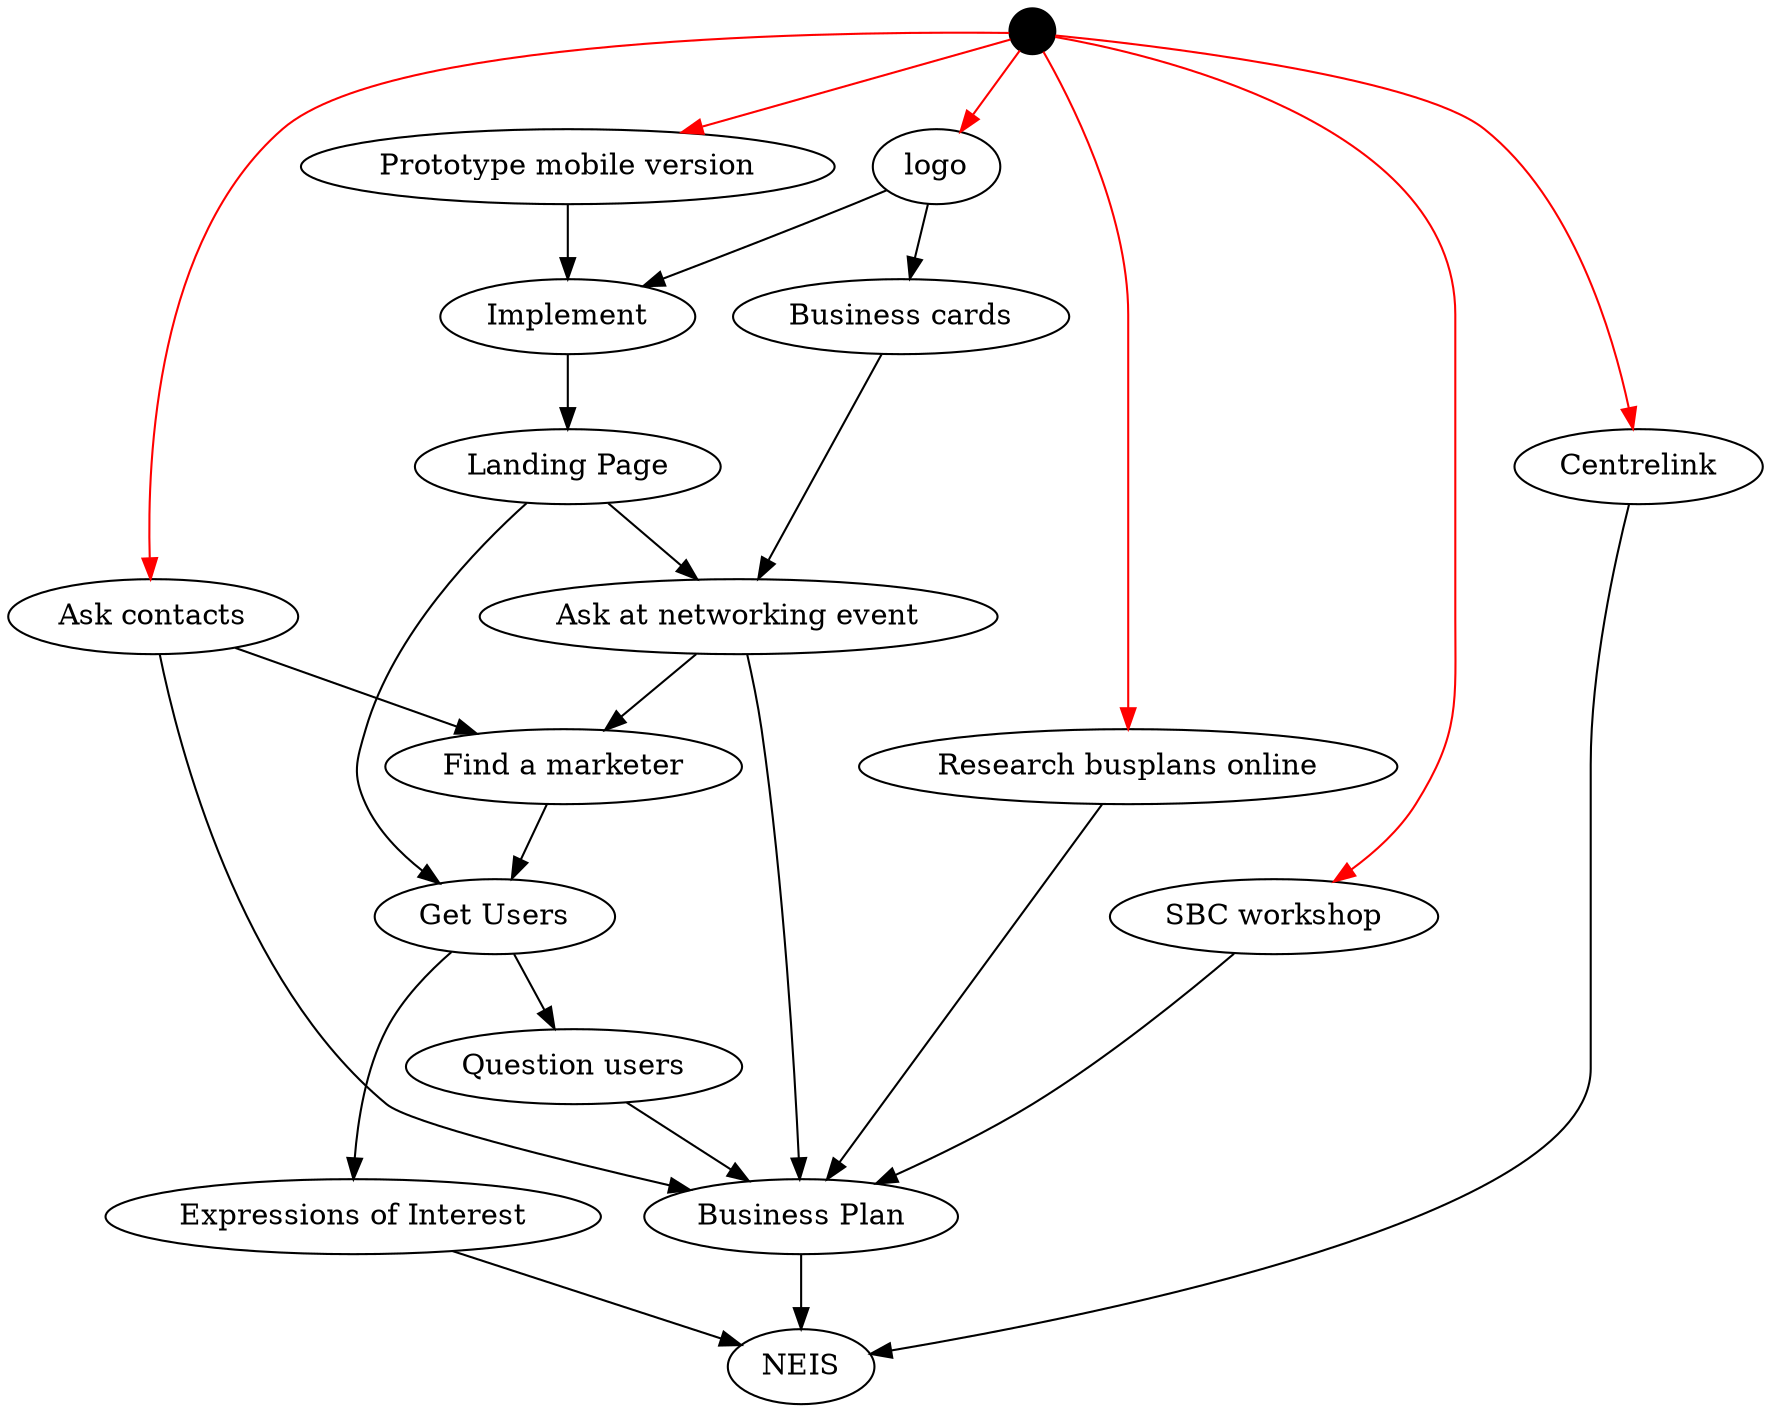
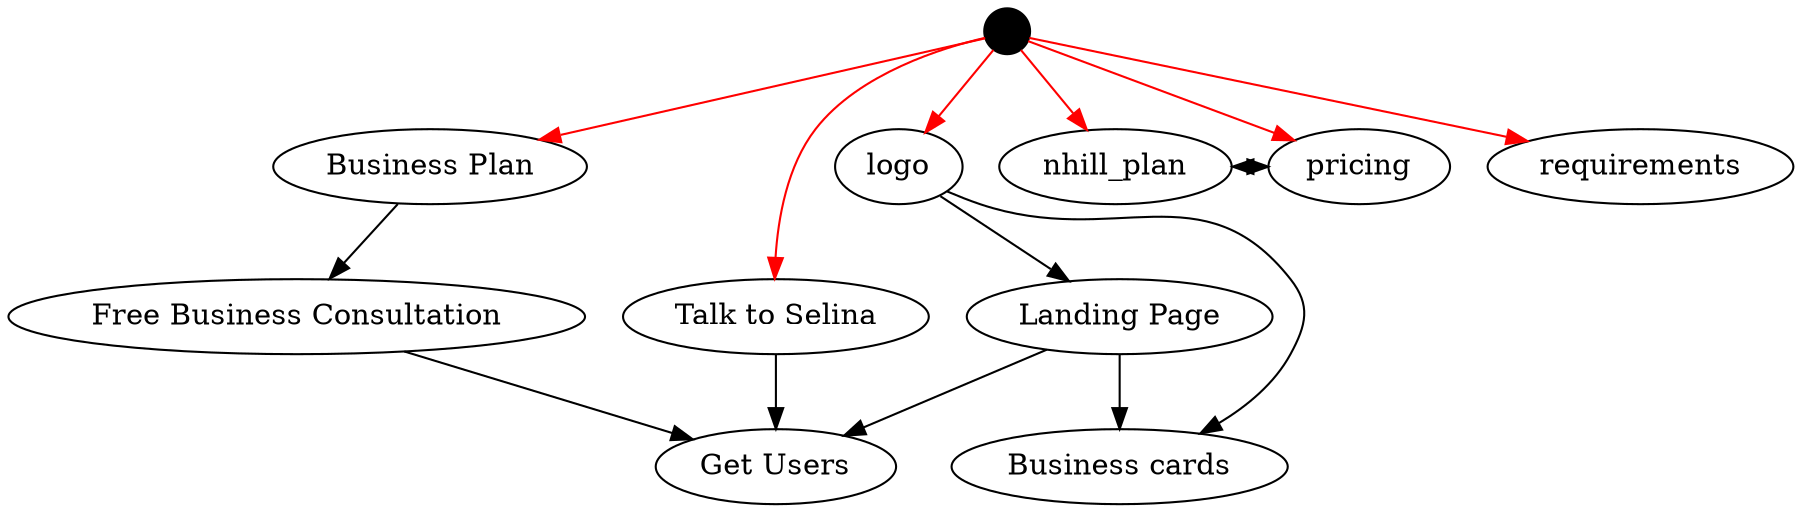
digraph G {
  START [shape=circle,style=filled,color=black,fontsize=1,height=.3];
+ 
  lp [label="Landing Page"];
-   lp_mob [label="Prototype mobile version"];
-   lp_impl [label="Implement"];
  buscards [label="Business cards"];
-   mark [label="Find a marketer"];
-   // mark_online [label="Seek marketer online"];
-   askcont [label="Ask contacts"];
-   netev [label="Ask at networking event"];
  getusers [label="Get Users"];
  busplan [label="Business Plan"];
-   busplan_online [label="Research busplans online"];
-   sbc [label="SBC workshop"];
-   qusers [label="Question users"];
-   NEIS;
-   eoi [label="Expressions of Interest"];
+   selina [label="Talk to Selina"]
+   free_bmentor [label="Free Business Consultation"]

-   lp_mob -> lp_impl -> lp;
-   {askcont; netev} -> mark;
-   {lp; mark} -> getusers -> qusers;
-   {sbc; busplan_online; askcont; netev; qusers} -> busplan;
-   {busplan; Centrelink; eoi} -> NEIS;
-   getusers -> eoi;
-   logo -> {buscards; lp_impl}
-   {buscards; lp} -> netev;
+   logo -> buscards [constraint=false]
+   logo -> lp
+   lp -> buscards

-   START -> {Centrelink; logo; askcont; lp_mob; sbc; busplan_online} [color=red];
+   busplan -> free_bmentor
+ 
+   nhill_plan
+   pricing
+   pricing -> nhill_plan [constraint=false,dir=both]
+ 
+   requirements
+ 
+   {selina; free_bmentor; lp} -> getusers
+ 
+   START -> {logo; busplan; selina; requirements; pricing; nhill_plan} [color=red];

}
